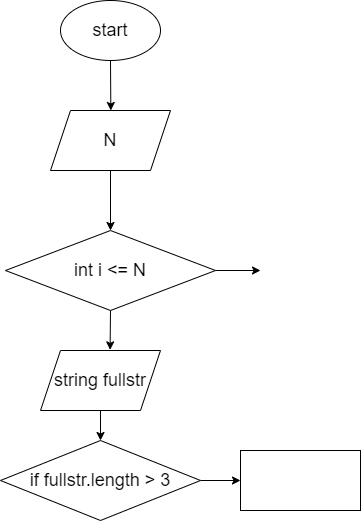
Before: diagramm.drawio.png, a diagram exported from draw.io (Another2001/Final_work_GB1C). Source tidied: cells renumbered, new cells last; positions are measured from the earlier drawing's top-left corner, leaving out a move shared by most shapes. Source of this version:
```xml
<mxGraphModel>
  <root>
    <mxCell id="0" />
    <mxCell id="1" parent="0" />
    <mxCell id="2" style="edgeStyle=none;html=1;exitX=0.5;exitY=1;exitDx=0;exitDy=0;fontSize=18;" parent="1" edge="1" source="3">
      <mxGeometry relative="1" as="geometry">
        <mxPoint x="110.3" y="110" as="targetPoint" />
      </mxGeometry>
    </mxCell>
    <mxCell id="3" value="start" style="ellipse;whiteSpace=wrap;html=1;fontSize=18;" parent="1" vertex="1">
      <mxGeometry x="60" width="100" height="60" as="geometry" />
    </mxCell>
    <mxCell id="4" style="edgeStyle=none;html=1;exitX=0.5;exitY=1;exitDx=0;exitDy=0;entryX=0.5;entryY=0;entryDx=0;entryDy=0;fontSize=18;" parent="1" edge="1" source="5" target="8">
      <mxGeometry relative="1" as="geometry" />
    </mxCell>
    <mxCell id="5" value="N" style="shape=parallelogram;perimeter=parallelogramPerimeter;whiteSpace=wrap;html=1;fixedSize=1;fontSize=18;" parent="1" vertex="1">
      <mxGeometry x="50" y="110" width="120" height="60" as="geometry" />
    </mxCell>
    <mxCell id="6" style="edgeStyle=none;html=1;exitX=0.5;exitY=1;exitDx=0;exitDy=0;fontSize=18;entryX=0.58;entryY=-0.011;entryDx=0;entryDy=0;entryPerimeter=0;" parent="1" edge="1" source="8" target="10">
      <mxGeometry relative="1" as="geometry" />
    </mxCell>
    <mxCell id="7" style="edgeStyle=none;html=1;exitX=1;exitY=0.5;exitDx=0;exitDy=0;fontSize=18;" parent="1" edge="1" source="8">
      <mxGeometry relative="1" as="geometry">
        <mxPoint x="260" y="270" as="targetPoint" />
      </mxGeometry>
    </mxCell>
    <mxCell id="8" value="int i &amp;lt;= N" style="rhombus;whiteSpace=wrap;html=1;fontSize=18;" parent="1" vertex="1">
      <mxGeometry x="5" y="230" width="210" height="80" as="geometry" />
    </mxCell>
    <mxCell id="9" style="edgeStyle=none;html=1;exitX=0.5;exitY=1;exitDx=0;exitDy=0;entryX=0.5;entryY=0;entryDx=0;entryDy=0;fontSize=18;" parent="1" edge="1" source="10" target="12">
      <mxGeometry relative="1" as="geometry" />
    </mxCell>
    <mxCell id="10" value="&lt;span&gt;string fullstr&lt;/span&gt;" style="shape=parallelogram;perimeter=parallelogramPerimeter;whiteSpace=wrap;html=1;fixedSize=1;fontSize=18;" parent="1" vertex="1">
      <mxGeometry x="40" y="350" width="120" height="60" as="geometry" />
    </mxCell>
    <mxCell id="11" style="edgeStyle=none;html=1;exitX=1;exitY=0.5;exitDx=0;exitDy=0;fontSize=18;" parent="1" edge="1" source="12">
      <mxGeometry relative="1" as="geometry">
        <mxPoint x="240" y="480" as="targetPoint" />
      </mxGeometry>
    </mxCell>
    <mxCell id="12" value="if fullstr.length &amp;gt; 3" style="rhombus;whiteSpace=wrap;html=1;fontSize=18;" parent="1" vertex="1">
      <mxGeometry y="440" width="200" height="80" as="geometry" />
    </mxCell>
    <mxCell id="13" style="rounded=0;whiteSpace=wrap;html=1;fontSize=18;" parent="1" vertex="1">
      <mxGeometry x="240" y="450" width="120" height="60" as="geometry" />
    </mxCell>
  </root>
</mxGraphModel>
```
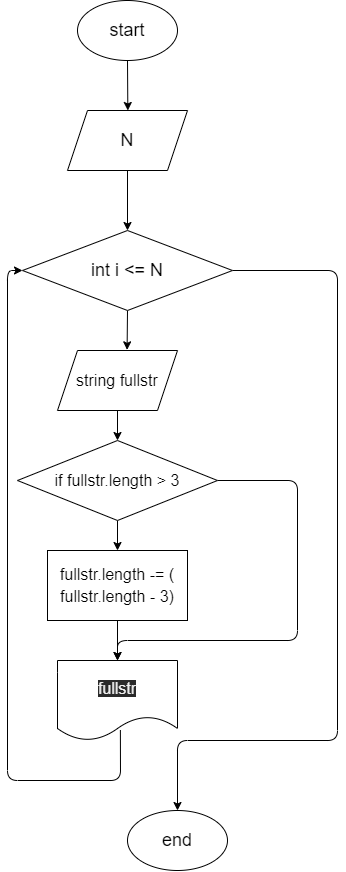
After the change.

Change to the diagram source:
```diff
@@ -19,9 +19,13 @@
     <mxCell id="6" style="edgeStyle=none;html=1;exitX=0.5;exitY=1;exitDx=0;exitDy=0;fontSize=18;entryX=0.58;entryY=-0.011;entryDx=0;entryDy=0;entryPerimeter=0;" parent="1" edge="1" source="8" target="10">
       <mxGeometry relative="1" as="geometry" />
     </mxCell>
-    <mxCell id="7" style="edgeStyle=none;html=1;exitX=1;exitY=0.5;exitDx=0;exitDy=0;fontSize=18;" parent="1" edge="1" source="8">
+    <mxCell id="7" style="edgeStyle=none;html=1;exitX=1;exitY=0.5;exitDx=0;exitDy=0;fontSize=18;entryX=0.5;entryY=0;entryDx=0;entryDy=0;" parent="1" edge="1" source="8" target="19">
       <mxGeometry relative="1" as="geometry">
-        <mxPoint x="260" y="270" as="targetPoint" />
+        <Array as="points">
+          <mxPoint x="320" y="270" />
+          <mxPoint x="320" y="740" />
+          <mxPoint x="160" y="740" />
+        </Array>
       </mxGeometry>
     </mxCell>
     <mxCell id="8" value="int i &amp;lt;= N" style="rhombus;whiteSpace=wrap;html=1;fontSize=18;" parent="1" vertex="1">
@@ -30,19 +34,44 @@
     <mxCell id="9" style="edgeStyle=none;html=1;exitX=0.5;exitY=1;exitDx=0;exitDy=0;entryX=0.5;entryY=0;entryDx=0;entryDy=0;fontSize=18;" parent="1" edge="1" source="10" target="12">
       <mxGeometry relative="1" as="geometry" />
     </mxCell>
-    <mxCell id="10" value="&lt;span&gt;string fullstr&lt;/span&gt;" style="shape=parallelogram;perimeter=parallelogramPerimeter;whiteSpace=wrap;html=1;fixedSize=1;fontSize=18;" parent="1" vertex="1">
+    <mxCell id="10" value="&lt;span style=&quot;font-size: 16px;&quot;&gt;string fullstr&lt;/span&gt;" style="shape=parallelogram;perimeter=parallelogramPerimeter;whiteSpace=wrap;html=1;fixedSize=1;fontSize=16;" parent="1" vertex="1">
       <mxGeometry x="40" y="350" width="120" height="60" as="geometry" />
     </mxCell>
-    <mxCell id="11" style="edgeStyle=none;html=1;exitX=1;exitY=0.5;exitDx=0;exitDy=0;fontSize=18;" parent="1" edge="1" source="12">
+    <mxCell id="11" style="edgeStyle=none;html=1;exitX=1;exitY=0.5;exitDx=0;exitDy=0;fontSize=18;entryX=0.5;entryY=0;entryDx=0;entryDy=0;" parent="1" edge="1" source="12" target="16">
       <mxGeometry relative="1" as="geometry">
-        <mxPoint x="240" y="480" as="targetPoint" />
+        <Array as="points">
+          <mxPoint x="280" y="480" />
+          <mxPoint x="280" y="640" />
+          <mxPoint x="100" y="640" />
+        </Array>
       </mxGeometry>
     </mxCell>
+    <mxCell id="14" style="edgeStyle=none;html=1;exitX=0.5;exitY=1;exitDx=0;exitDy=0;fontSize=18;entryX=0.5;entryY=0;entryDx=0;entryDy=0;" parent="1" edge="1" source="12" target="18">
+      <mxGeometry relative="1" as="geometry" />
+    </mxCell>
-    <mxCell id="12" value="if fullstr.length &amp;gt; 3" style="rhombus;whiteSpace=wrap;html=1;fontSize=18;" parent="1" vertex="1">
+    <mxCell id="12" value="if fullstr.length &amp;gt; 3" style="rhombus;whiteSpace=wrap;html=1;fontSize=16;" parent="1" vertex="1">
       <mxGeometry y="440" width="200" height="80" as="geometry" />
     </mxCell>
-    <mxCell id="13" style="rounded=0;whiteSpace=wrap;html=1;fontSize=18;" parent="1" vertex="1">
-      <mxGeometry x="240" y="450" width="120" height="60" as="geometry" />
-    </mxCell>
+    <mxCell id="15" style="edgeStyle=none;html=1;entryX=0;entryY=0.5;entryDx=0;entryDy=0;fontSize=16;exitX=0.524;exitY=0.87;exitDx=0;exitDy=0;exitPerimeter=0;" parent="1" edge="1" source="16" target="8">
+      <mxGeometry relative="1" as="geometry">
+        <Array as="points">
+          <mxPoint x="103" y="780" />
+          <mxPoint x="-10" y="780" />
+          <mxPoint x="-10" y="270" />
+        </Array>
+      </mxGeometry>
+    </mxCell>
+    <mxCell id="16" value="&#10;&#10;&lt;span style=&quot;color: rgb(240, 240, 240); font-family: helvetica; font-size: 16px; font-style: normal; font-weight: 400; letter-spacing: normal; text-align: center; text-indent: 0px; text-transform: none; word-spacing: 0px; background-color: rgb(42, 42, 42); display: inline; float: none;&quot;&gt;fullstr&lt;/span&gt;&#10;&#10;" style="shape=document;whiteSpace=wrap;html=1;boundedLbl=1;fontSize=16;" parent="1" vertex="1">
+      <mxGeometry x="40" y="660" width="120" height="80" as="geometry" />
+    </mxCell>
+    <mxCell id="17" style="edgeStyle=none;html=1;exitX=0.5;exitY=1;exitDx=0;exitDy=0;entryX=0.5;entryY=0;entryDx=0;entryDy=0;fontSize=16;" parent="1" edge="1" source="18" target="16">
+      <mxGeometry relative="1" as="geometry" />
+    </mxCell>
+    <mxCell id="18" value="&lt;font style=&quot;font-size: 16px&quot;&gt;fullstr.length -= ( fullstr.length - 3)&lt;/font&gt;" style="rounded=0;whiteSpace=wrap;html=1;fontSize=18;" parent="1" vertex="1">
+      <mxGeometry x="30" y="550" width="140" height="70" as="geometry" />
+    </mxCell>
+    <mxCell id="19" value="end" style="ellipse;whiteSpace=wrap;html=1;fontSize=18;" parent="1" vertex="1">
+      <mxGeometry x="110" y="810" width="100" height="60" as="geometry" />
+    </mxCell>
   </root>
 </mxGraphModel>
```
